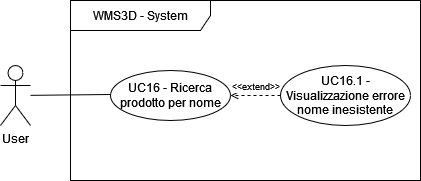
Earlier version of the draw.io export Documentazione/RTB/Esterna/analisi_dei_requisiti/UC_diagrams_11-20/UC16.drawio.png (Avant-Garde-Software-Engineering/Documents). Source tidied: cells renumbered, new cells last; positions are measured from the earlier drawing's top-left corner, leaving out a move shared by most shapes.
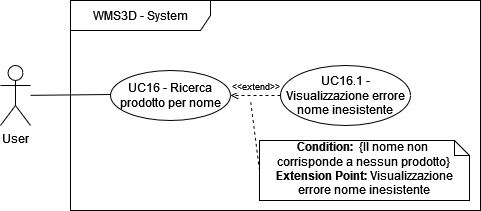
Later version of the same file.

What changed in the source:
```diff
@@ -3,7 +3,7 @@
     <mxCell id="0" />
     <mxCell id="1" parent="0" />
     <mxCell id="2" value="WMS3D - System" style="shape=umlFrame;whiteSpace=wrap;html=1;width=140;height=30;" parent="1" vertex="1">
-      <mxGeometry x="70" width="350" height="180" as="geometry" />
+      <mxGeometry x="70" width="410" height="210" as="geometry" />
     </mxCell>
     <mxCell id="3" style="rounded=0;jettySize=auto;html=1;entryX=0;entryY=0.5;entryDx=0;entryDy=0;endArrow=none;endFill=0;" parent="1" edge="1" source="4">
       <mxGeometry relative="1" as="geometry">
@@ -22,5 +22,13 @@
     <mxCell id="7" value="&lt;font style=&quot;font-size: 9px;&quot;&gt;&amp;lt;&amp;lt;extend&amp;gt;&amp;gt;&lt;/font&gt;" style="rounded=0;jettySize=auto;html=1;exitX=0;exitY=0.5;exitDx=0;exitDy=0;entryX=1;entryY=0.5;entryDx=0;entryDy=0;dashed=1;endArrow=open;endFill=0;labelPosition=center;verticalLabelPosition=top;align=center;verticalAlign=bottom;" parent="1" edge="1" source="6" target="5">
       <mxGeometry relative="1" as="geometry" />
     </mxCell>
+    <mxCell id="8" value="&lt;div&gt;&lt;b&gt;Condition:&amp;nbsp; &lt;/b&gt;{Il nome non&amp;nbsp;&lt;/div&gt;&lt;div&gt;corrisponde a nessun prodotto} &lt;br&gt;&lt;/div&gt;&lt;div&gt;&lt;b&gt;Extension Point:&lt;/b&gt; Visualizzazione errore nome inesistente&lt;br&gt;&lt;/div&gt;" style="shape=note;html=1;size=15;spacingLeft=5;align=left;html=1;overflow=fill;whiteSpace=wrap;align=center;" parent="1" vertex="1">
+      <mxGeometry x="259" y="140" width="210" height="60" as="geometry" />
+    </mxCell>
+    <mxCell id="9" style="rounded=0;jettySize=auto;html=1;exitX=0;exitY=0.5;exitDx=0;exitDy=0;exitPerimeter=0;dashed=1;endArrow=none;endFill=0;" parent="1" edge="1" source="8">
+      <mxGeometry relative="1" as="geometry">
+        <mxPoint x="250" y="100" as="targetPoint" />
+      </mxGeometry>
+    </mxCell>
   </root>
 </mxGraphModel>
```
